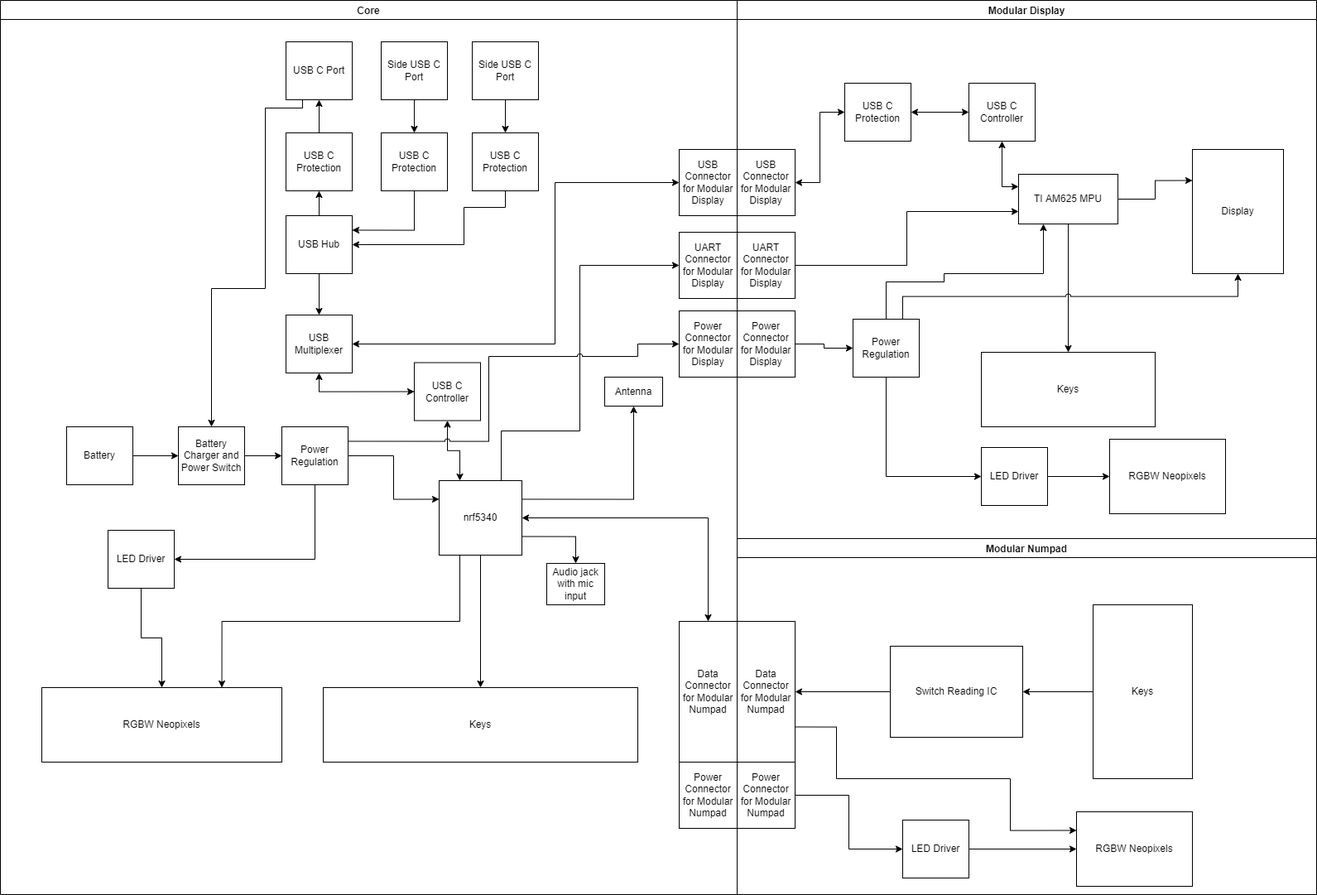
The draw.io diagram Keymaster5000 Functional Block Diagram.png in mrjonny2/KeyMaster5000, before a commit. Source tidied: cells renumbered, new cells last; positions are measured from the earlier drawing's top-left corner, leaving out a move shared by most shapes.
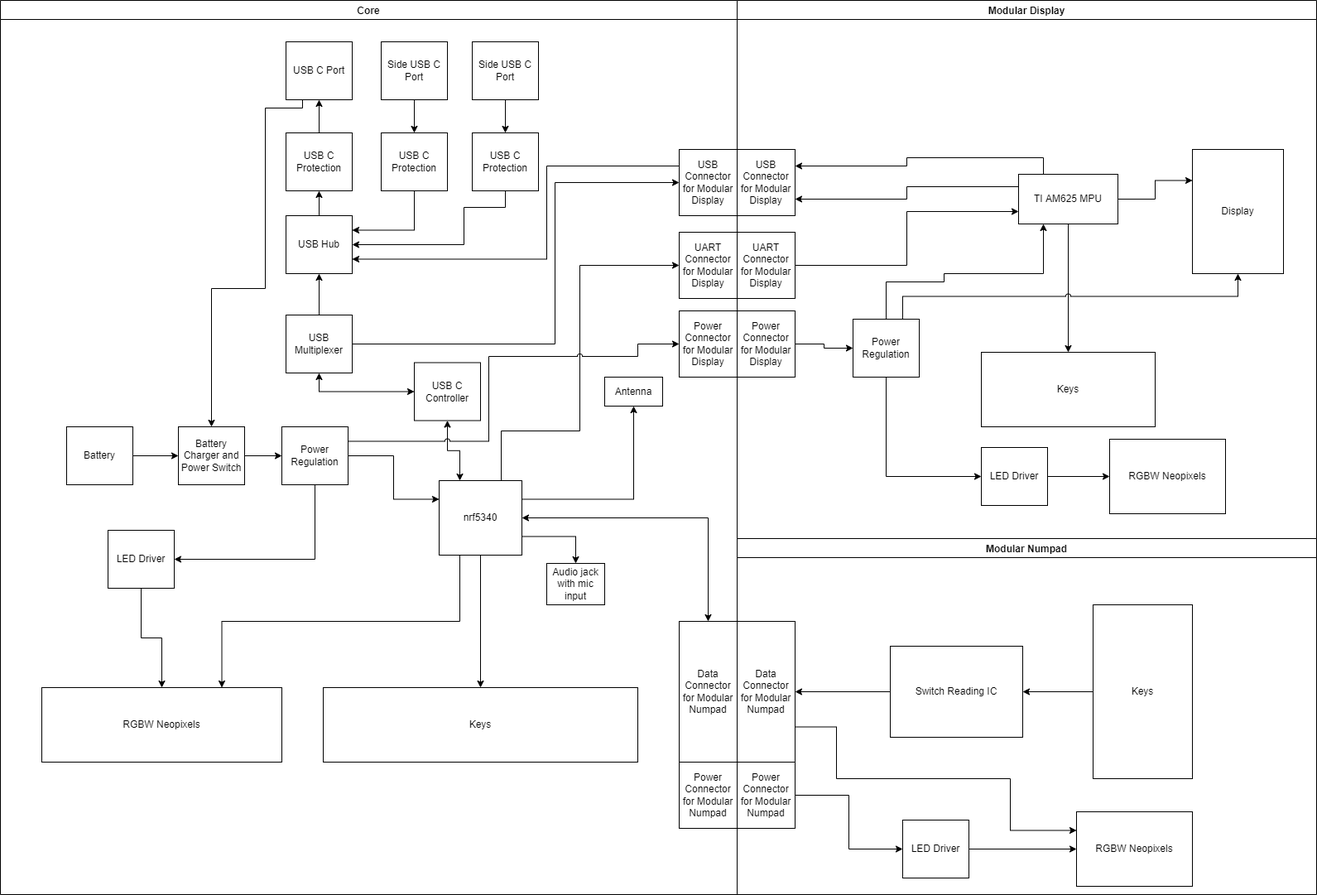
Later version of the same file.

The edit, as a diff of the source:
```diff
@@ -112,6 +112,14 @@
     <mxCell id="31" value="UART Connector for Modular Display" style="rounded=0;whiteSpace=wrap;html=1;" parent="1" vertex="1">
       <mxGeometry x="820" y="280" width="70" height="80" as="geometry" />
     </mxCell>
+    <mxCell id="85" style="edgeStyle=orthogonalEdgeStyle;rounded=0;jettySize=auto;html=1;exitX=0;exitY=0.25;exitDx=0;exitDy=0;entryX=1;entryY=0.75;entryDx=0;entryDy=0;" parent="1" edge="1" source="32" target="36">
+      <mxGeometry relative="1" as="geometry">
+        <Array as="points">
+          <mxPoint x="660" y="200" />
+          <mxPoint x="660" y="313" />
+        </Array>
+      </mxGeometry>
+    </mxCell>
     <mxCell id="32" value="USB Connector for Modular Display" style="rounded=0;whiteSpace=wrap;html=1;" parent="1" vertex="1">
       <mxGeometry x="820" y="180" width="70" height="80" as="geometry" />
     </mxCell>
@@ -121,9 +129,6 @@
     <mxCell id="34" style="edgeStyle=orthogonalEdgeStyle;rounded=0;jettySize=auto;html=1;exitX=0.5;exitY=0;exitDx=0;exitDy=0;entryX=0.5;entryY=1;entryDx=0;entryDy=0;" parent="1" edge="1" source="36" target="18">
       <mxGeometry relative="1" as="geometry" />
     </mxCell>
-    <mxCell id="35" style="edgeStyle=orthogonalEdgeStyle;rounded=0;jettySize=auto;html=1;exitX=0.5;exitY=1;exitDx=0;exitDy=0;entryX=0.5;entryY=0;entryDx=0;entryDy=0;" parent="1" edge="1" source="36" target="56">
-      <mxGeometry relative="1" as="geometry" />
-    </mxCell>
     <mxCell id="36" value="USB Hub" style="rounded=0;whiteSpace=wrap;html=1;" parent="1" vertex="1">
       <mxGeometry x="345" y="260" width="80" height="70" as="geometry" />
     </mxCell>
@@ -176,9 +181,6 @@
     <mxCell id="48" value="UART Connector for Modular Display" style="rounded=0;whiteSpace=wrap;html=1;" parent="1" vertex="1">
       <mxGeometry x="890" y="280" width="70" height="80" as="geometry" />
     </mxCell>
-    <mxCell id="49" style="edgeStyle=orthogonalEdgeStyle;rounded=0;jettySize=auto;html=1;exitX=1;exitY=0.5;exitDx=0;exitDy=0;entryX=0;entryY=0.5;entryDx=0;entryDy=0;startArrow=classic;startFill=1;" parent="1" edge="1" source="50" target="60">
-      <mxGeometry relative="1" as="geometry" />
-    </mxCell>
     <mxCell id="50" value="USB Connector for Modular Display" style="rounded=0;whiteSpace=wrap;html=1;" parent="1" vertex="1">
       <mxGeometry x="890" y="180" width="70" height="80" as="geometry" />
     </mxCell>
@@ -191,10 +193,16 @@
     <mxCell id="53" style="edgeStyle=orthogonalEdgeStyle;rounded=0;jettySize=auto;html=1;exitX=0.5;exitY=1;exitDx=0;exitDy=0;startArrow=none;startFill=0;" parent="1" edge="1" source="54" target="64">
       <mxGeometry relative="1" as="geometry" />
     </mxCell>
+    <mxCell id="86" style="edgeStyle=orthogonalEdgeStyle;rounded=0;jettySize=auto;html=1;exitX=0;exitY=0.25;exitDx=0;exitDy=0;entryX=1;entryY=0.75;entryDx=0;entryDy=0;" parent="1" edge="1" source="54" target="50">
+      <mxGeometry relative="1" as="geometry" />
+    </mxCell>
+    <mxCell id="87" style="edgeStyle=orthogonalEdgeStyle;rounded=0;jettySize=auto;html=1;exitX=0.25;exitY=0;exitDx=0;exitDy=0;entryX=1;entryY=0.25;entryDx=0;entryDy=0;" parent="1" edge="1" source="54" target="50">
+      <mxGeometry relative="1" as="geometry" />
+    </mxCell>
     <mxCell id="54" value="TI AM625 MPU" style="rounded=0;whiteSpace=wrap;html=1;" parent="1" vertex="1">
       <mxGeometry x="1230" y="210" width="120" height="60" as="geometry" />
     </mxCell>
-    <mxCell id="55" style="edgeStyle=orthogonalEdgeStyle;rounded=0;jettySize=auto;html=1;exitX=1;exitY=0.5;exitDx=0;exitDy=0;entryX=0;entryY=0.5;entryDx=0;entryDy=0;startArrow=classic;startFill=1;" parent="1" edge="1" source="56" target="32">
+    <mxCell id="55" style="edgeStyle=orthogonalEdgeStyle;rounded=0;jettySize=auto;html=1;exitX=1;exitY=0.5;exitDx=0;exitDy=0;entryX=0;entryY=0.5;entryDx=0;entryDy=0;startArrow=none;startFill=0;" parent="1" edge="1" source="56" target="32">
       <mxGeometry relative="1" as="geometry">
         <Array as="points">
           <mxPoint x="670" y="415" />
@@ -202,21 +210,12 @@
         </Array>
       </mxGeometry>
     </mxCell>
+    <mxCell id="88" style="edgeStyle=orthogonalEdgeStyle;rounded=0;jettySize=auto;html=1;exitX=0.5;exitY=0;exitDx=0;exitDy=0;entryX=0.5;entryY=1;entryDx=0;entryDy=0;" parent="1" edge="1" source="56" target="36">
+      <mxGeometry relative="1" as="geometry" />
+    </mxCell>
     <mxCell id="56" value="USB Multiplexer" style="rounded=0;whiteSpace=wrap;html=1;" parent="1" vertex="1">
       <mxGeometry x="345" y="380" width="80" height="70" as="geometry" />
     </mxCell>
-    <mxCell id="57" style="edgeStyle=orthogonalEdgeStyle;rounded=0;jettySize=auto;html=1;exitX=0.5;exitY=1;exitDx=0;exitDy=0;entryX=0;entryY=0.25;entryDx=0;entryDy=0;startArrow=classic;startFill=1;" parent="1" edge="1" source="58" target="54">
-      <mxGeometry relative="1" as="geometry" />
-    </mxCell>
-    <mxCell id="58" value="USB C Controller" style="rounded=0;whiteSpace=wrap;html=1;" parent="1" vertex="1">
-      <mxGeometry x="1170" y="100" width="80" height="70" as="geometry" />
-    </mxCell>
-    <mxCell id="59" style="edgeStyle=orthogonalEdgeStyle;rounded=0;jettySize=auto;html=1;exitX=1;exitY=0.5;exitDx=0;exitDy=0;entryX=0;entryY=0.5;entryDx=0;entryDy=0;startArrow=classic;startFill=1;" parent="1" edge="1" source="60" target="58">
-      <mxGeometry relative="1" as="geometry" />
-    </mxCell>
-    <mxCell id="60" value="USB C Protection" style="rounded=0;whiteSpace=wrap;html=1;" parent="1" vertex="1">
-      <mxGeometry x="1020" y="100" width="80" height="70" as="geometry" />
-    </mxCell>
     <mxCell id="61" style="edgeStyle=orthogonalEdgeStyle;rounded=0;jettySize=auto;html=1;startArrow=none;startFill=0;" parent="1" edge="1" source="62" target="63">
       <mxGeometry relative="1" as="geometry" />
     </mxCell>
```
